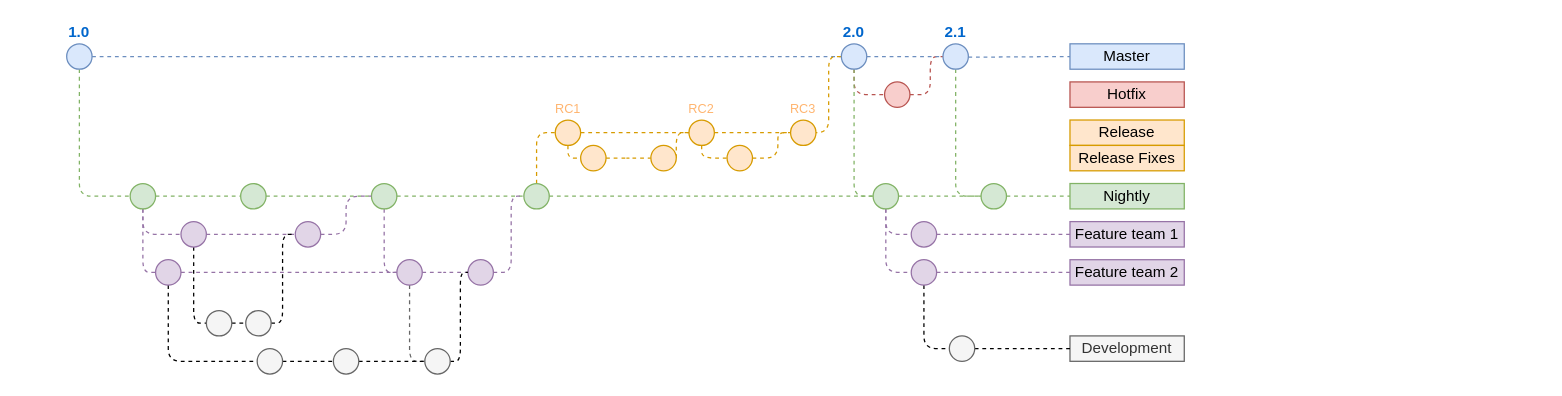
The draw.io diagram DevSecOps.drawio in eti-tme-tim/drawio-drawings, before the edit. Source tidied: cells renumbered, new cells numbered last; positions are measured from the earlier drawing's top-left corner, leaving out a move shared by most shapes. Both pictures are drawn from the tidied source at 127%, with x=0, y=0 at pixel (66, 43).
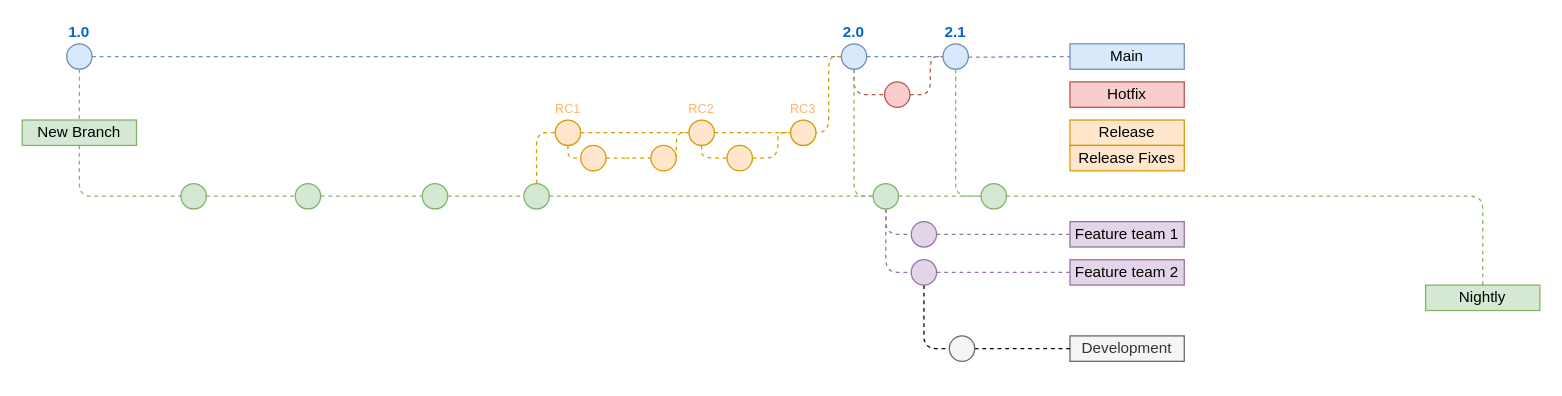
Above is the later version.

Unchanged cells that the change refers to:
```xml
<mxCell id="24" style="ellipse;whiteSpace=wrap;html=1;fillColor=#d5e8d4;strokeColor=#82b366;" parent="1" vertex="1">
  <mxGeometry x="360" y="110" width="20" height="20" as="geometry" />
</mxCell>
```

Diff of the diagram source:
```diff
@@
-    <mxCell id="5" value="Master" style="text;html=1;strokeColor=#6c8ebf;fillColor=#dae8fc;align=center;verticalAlign=middle;whiteSpace=wrap;rounded=0;" parent="1" vertex="1">
+    <mxCell id="5" value="Main" style="text;html=1;strokeColor=#6c8ebf;fillColor=#dae8fc;align=center;verticalAlign=middle;whiteSpace=wrap;rounded=0;" parent="1" vertex="1">
       <mxGeometry x="790" width="90" height="20" as="geometry" />
     </mxCell>
@@
-    <mxCell id="14" style="edgeStyle=orthogonalEdgeStyle;rounded=1;jettySize=auto;html=1;dashed=1;endArrow=none;endFill=0;fontSize=10;fontColor=#FFB570;fillColor=#e1d5e7;strokeColor=#9673a6;" parent="1" edge="1" source="16" target="80">
-      <mxGeometry relative="1" as="geometry">
-        <Array as="points">
-          <mxPoint x="60" y="130" />
-        </Array>
-      </mxGeometry>
-    </mxCell>
-    <mxCell id="15" style="edgeStyle=orthogonalEdgeStyle;rounded=1;jettySize=auto;html=1;dashed=1;endArrow=none;endFill=0;fontSize=12;fontColor=#FFB570;fillColor=#e1d5e7;strokeColor=#9673a6;" parent="1" edge="1" source="16" target="40">
-      <mxGeometry relative="1" as="geometry">
-        <Array as="points">
-          <mxPoint x="60" y="180" />
-        </Array>
-      </mxGeometry>
-    </mxCell>
     <mxCell id="16" style="ellipse;whiteSpace=wrap;html=1;fillColor=#d5e8d4;strokeColor=#82b366;" parent="1" vertex="1">
-      <mxGeometry x="50" y="110" width="20" height="20" as="geometry" />
+      <mxGeometry x="90" y="110" width="20" height="20" as="geometry" />
     </mxCell>
     <mxCell id="17" value="Nightly" style="text;html=1;strokeColor=#82b366;fillColor=#d5e8d4;align=center;verticalAlign=middle;whiteSpace=wrap;rounded=0;" parent="1" vertex="1">
-      <mxGeometry x="790" y="110" width="90" height="20" as="geometry" />
+      <mxGeometry x="1070" y="190" width="90" height="20" as="geometry" />
     </mxCell>
     <mxCell id="18" style="ellipse;whiteSpace=wrap;html=1;fillColor=#d5e8d4;strokeColor=#82b366;" parent="1" vertex="1">
-      <mxGeometry x="137" y="110" width="20" height="20" as="geometry" />
+      <mxGeometry x="180" y="110" width="20" height="20" as="geometry" />
     </mxCell>
     <mxCell id="19" style="edgeStyle=orthogonalEdgeStyle;rounded=1;jettySize=auto;html=1;dashed=1;endArrow=none;endFill=0;fillColor=#d5e8d4;strokeColor=#82b366;" parent="1" edge="1" source="16" target="18">
-      <mxGeometry relative="1" as="geometry" />
+      <mxGeometry relative="1" as="geometry">
+        <Array as="points">
+          <mxPoint x="140" y="120" />
+          <mxPoint x="140" y="120" />
+        </Array>
+      </mxGeometry>
     </mxCell>
-    <mxCell id="20" style="edgeStyle=orthogonalEdgeStyle;rounded=1;jettySize=auto;html=1;dashed=1;endArrow=none;endFill=0;fontSize=12;fontColor=#FFB570;fillColor=#e1d5e7;strokeColor=#9673a6;entryX=0;entryY=0.5;entryDx=0;entryDy=0;" parent="1" edge="1" source="21" target="43">
-      <mxGeometry relative="1" as="geometry">
-        <Array as="points">
-          <mxPoint x="250" y="180" />
-        </Array>
-      </mxGeometry>
-    </mxCell>
     <mxCell id="21" style="ellipse;whiteSpace=wrap;html=1;fillColor=#d5e8d4;strokeColor=#82b366;" parent="1" vertex="1">
-      <mxGeometry x="240" y="110" width="20" height="20" as="geometry" />
+      <mxGeometry x="280" y="110" width="20" height="20" as="geometry" />
     </mxCell>
@@
-    <mxCell id="35" style="edgeStyle=orthogonalEdgeStyle;rounded=1;jettySize=auto;html=1;dashed=1;endArrow=none;endFill=0;fontSize=10;fontColor=#FFB570;fillColor=#e1d5e7;strokeColor=#9673a6;" parent="1" edge="1" source="80" target="38">
-      <mxGeometry relative="1" as="geometry" />
-    </mxCell>
-    <mxCell id="36" style="edgeStyle=orthogonalEdgeStyle;rounded=1;jettySize=auto;html=1;dashed=1;endArrow=none;endFill=0;fontSize=12;fontColor=#FFB570;jumpStyle=arc;jumpSize=6;" parent="1" edge="1" source="80" target="45">
-      <mxGeometry relative="1" as="geometry">
-        <Array as="points">
-          <mxPoint x="100" y="220" />
-        </Array>
-      </mxGeometry>
-    </mxCell>
-    <mxCell id="37" style="edgeStyle=orthogonalEdgeStyle;rounded=1;jettySize=auto;html=1;dashed=1;endArrow=none;endFill=0;fontSize=10;fontColor=#FFB570;fillColor=#e1d5e7;strokeColor=#9673a6;entryX=0;entryY=0.5;entryDx=0;entryDy=0;" parent="1" edge="1" source="38" target="21">
-      <mxGeometry relative="1" as="geometry">
-        <Array as="points">
-          <mxPoint x="220" y="150" />
-          <mxPoint x="220" y="120" />
-        </Array>
-      </mxGeometry>
-    </mxCell>
-    <mxCell id="38" style="ellipse;whiteSpace=wrap;html=1;fontSize=10;fillColor=#e1d5e7;strokeColor=#9673a6;" parent="1" vertex="1">
-      <mxGeometry x="180" y="140" width="20" height="20" as="geometry" />
-    </mxCell>
-    <mxCell id="39" style="edgeStyle=orthogonalEdgeStyle;rounded=1;jettySize=auto;html=1;dashed=1;endArrow=none;endFill=0;fontSize=12;fontColor=#FFB570;" parent="1" edge="1" source="40" target="54">
-      <mxGeometry relative="1" as="geometry">
-        <Array as="points">
-          <mxPoint x="80" y="250" />
-        </Array>
-      </mxGeometry>
-    </mxCell>
-    <mxCell id="40" style="ellipse;whiteSpace=wrap;html=1;fontSize=10;fillColor=#e1d5e7;strokeColor=#9673a6;" parent="1" vertex="1">
-      <mxGeometry x="70" y="170" width="20" height="20" as="geometry" />
-    </mxCell>
-    <mxCell id="41" style="edgeStyle=orthogonalEdgeStyle;rounded=1;jettySize=auto;html=1;dashed=1;endArrow=none;endFill=0;fontSize=12;fontColor=#FFB570;fillColor=#e1d5e7;strokeColor=#9673a6;" parent="1" edge="1" source="43" target="47">
-      <mxGeometry relative="1" as="geometry" />
-    </mxCell>
-    <mxCell id="42" style="edgeStyle=orthogonalEdgeStyle;rounded=1;jettySize=auto;html=1;dashed=1;endArrow=none;endFill=0;fontSize=12;fontColor=#FFB570;fillColor=#f5f5f5;strokeColor=#666666;" parent="1" edge="1" source="43" target="58">
-      <mxGeometry relative="1" as="geometry">
-        <Array as="points">
-          <mxPoint x="270" y="250" />
-        </Array>
-      </mxGeometry>
-    </mxCell>
-    <mxCell id="43" style="ellipse;whiteSpace=wrap;html=1;fontSize=10;fillColor=#e1d5e7;strokeColor=#9673a6;" parent="1" vertex="1">
-      <mxGeometry x="260" y="170" width="20" height="20" as="geometry" />
-    </mxCell>
-    <mxCell id="44" style="edgeStyle=orthogonalEdgeStyle;rounded=1;jettySize=auto;html=1;exitX=1;exitY=0.5;exitDx=0;exitDy=0;entryX=0;entryY=0.5;entryDx=0;entryDy=0;dashed=1;endArrow=none;endFill=0;fontSize=12;fontColor=#FFB570;" parent="1" edge="1" source="45" target="52">
-      <mxGeometry relative="1" as="geometry" />
-    </mxCell>
-    <mxCell id="45" style="ellipse;whiteSpace=wrap;html=1;fontSize=10;fontColor=#333333;fillColor=#f5f5f5;strokeColor=#666666;" parent="1" vertex="1">
-      <mxGeometry x="110" y="210" width="20" height="20" as="geometry" />
-    </mxCell>
-    <mxCell id="46" style="edgeStyle=orthogonalEdgeStyle;rounded=1;jettySize=auto;html=1;dashed=1;endArrow=none;endFill=0;fontSize=12;fontColor=#FFB570;fillColor=#e1d5e7;strokeColor=#9673a6;entryX=0;entryY=0.5;entryDx=0;entryDy=0;" parent="1" edge="1" source="47" target="24">
-      <mxGeometry relative="1" as="geometry">
-        <Array as="points">
-          <mxPoint x="350" y="180" />
-          <mxPoint x="350" y="120" />
-        </Array>
-      </mxGeometry>
-    </mxCell>
-    <mxCell id="47" style="ellipse;whiteSpace=wrap;html=1;fontSize=10;fillColor=#e1d5e7;strokeColor=#9673a6;" parent="1" vertex="1">
-      <mxGeometry x="316" y="170" width="20" height="20" as="geometry" />
-    </mxCell>
@@
-    <mxCell id="51" style="edgeStyle=orthogonalEdgeStyle;rounded=1;jettySize=auto;html=1;dashed=1;endArrow=none;endFill=0;fontSize=12;fontColor=#FFB570;jumpStyle=arc;entryX=0;entryY=0.5;entryDx=0;entryDy=0;" parent="1" edge="1" source="52" target="38">
-      <mxGeometry relative="1" as="geometry">
-        <Array as="points">
-          <mxPoint x="170" y="220" />
-          <mxPoint x="170" y="150" />
-        </Array>
-      </mxGeometry>
-    </mxCell>
-    <mxCell id="52" style="ellipse;whiteSpace=wrap;html=1;fontSize=10;fontColor=#333333;fillColor=#f5f5f5;strokeColor=#666666;" parent="1" vertex="1">
-      <mxGeometry x="141" y="210" width="20" height="20" as="geometry" />
-    </mxCell>
-    <mxCell id="53" style="edgeStyle=orthogonalEdgeStyle;rounded=1;jettySize=auto;html=1;dashed=1;endArrow=none;endFill=0;fontSize=12;fontColor=#FFB570;" parent="1" edge="1" source="54" target="56">
-      <mxGeometry relative="1" as="geometry" />
-    </mxCell>
-    <mxCell id="54" style="ellipse;whiteSpace=wrap;html=1;fontSize=10;fontColor=#333333;fillColor=#f5f5f5;strokeColor=#666666;" parent="1" vertex="1">
-      <mxGeometry x="150" y="240" width="20" height="20" as="geometry" />
-    </mxCell>
-    <mxCell id="55" style="edgeStyle=orthogonalEdgeStyle;rounded=1;jettySize=auto;html=1;dashed=1;endArrow=none;endFill=0;fontSize=12;fontColor=#FFB570;" parent="1" edge="1" source="56" target="58">
-      <mxGeometry relative="1" as="geometry" />
-    </mxCell>
-    <mxCell id="56" style="ellipse;whiteSpace=wrap;html=1;fontSize=10;fontColor=#333333;fillColor=#f5f5f5;strokeColor=#666666;" parent="1" vertex="1">
-      <mxGeometry x="210" y="240" width="20" height="20" as="geometry" />
-    </mxCell>
-    <mxCell id="57" style="edgeStyle=orthogonalEdgeStyle;rounded=1;jettySize=auto;html=1;dashed=1;endArrow=none;endFill=0;fontSize=12;fontColor=#FFB570;entryX=0;entryY=0.5;entryDx=0;entryDy=0;" parent="1" edge="1" source="58" target="47">
-      <mxGeometry relative="1" as="geometry">
-        <Array as="points">
-          <mxPoint x="310" y="250" />
-          <mxPoint x="310" y="180" />
-        </Array>
-      </mxGeometry>
-    </mxCell>
-    <mxCell id="58" style="ellipse;whiteSpace=wrap;html=1;fontSize=10;fontColor=#333333;fillColor=#f5f5f5;strokeColor=#666666;" parent="1" vertex="1">
-      <mxGeometry x="282" y="240" width="20" height="20" as="geometry" />
-    </mxCell>
@@
-    <mxCell id="68" style="edgeStyle=orthogonalEdgeStyle;rounded=1;jettySize=auto;html=1;dashed=1;endArrow=none;endFill=0;fontSize=12;fontColor=#FFB570;fillColor=#e1d5e7;strokeColor=#9673a6;" parent="1" edge="1" source="40" target="43">
-      <mxGeometry relative="1" as="geometry" />
-    </mxCell>
@@
-    <mxCell id="80" style="ellipse;whiteSpace=wrap;html=1;fontSize=10;fillColor=#e1d5e7;strokeColor=#9673a6;" parent="1" vertex="1">
-      <mxGeometry x="90" y="140" width="20" height="20" as="geometry" />
-    </mxCell>
@@
+    <mxCell id="83" value="New Branch" style="text;html=1;strokeColor=#82b366;fillColor=#d5e8d4;align=center;verticalAlign=middle;whiteSpace=wrap;rounded=0;" parent="1" vertex="1">
+      <mxGeometry x="-35" y="60" width="90" height="20" as="geometry" />
+    </mxCell>
```
